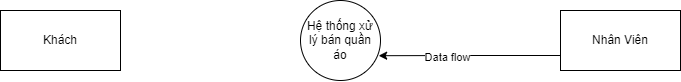
InfiniteByte1811/branch1 keeps this draw.io diagram as DFD1.png. Above is the earlier version. Source tidied: cells renumbered, new cells last; positions are measured from the earlier drawing's top-left corner, leaving out a move shared by most shapes. The source it was exported from:
```xml
<mxGraphModel>
  <root>
    <mxCell id="0" />
    <mxCell id="1" parent="0" />
    <mxCell id="2" value="Hệ thống xử lý bán quần áo" style="ellipse;whiteSpace=wrap;html=1;" parent="1" vertex="1">
      <mxGeometry x="300" width="80" height="80" as="geometry" />
    </mxCell>
    <mxCell id="3" style="edgeStyle=orthogonalEdgeStyle;rounded=0;jettySize=auto;html=1;exitX=0;exitY=0.75;exitDx=0;exitDy=0;entryX=0.977;entryY=0.69;entryDx=0;entryDy=0;entryPerimeter=0;" parent="1" edge="1" source="5" target="2">
      <mxGeometry relative="1" as="geometry" />
    </mxCell>
    <mxCell id="4" value="Data flow" style="edgeLabel;html=1;align=center;verticalAlign=middle;" parent="3" vertex="1">
      <mxGeometry x="0.25" y="1" relative="1" as="geometry" />
    </mxCell>
    <mxCell id="5" value="Nhân Viên" style="rounded=0;whiteSpace=wrap;html=1;" parent="1" vertex="1">
      <mxGeometry x="560" y="10" width="120" height="60" as="geometry" />
    </mxCell>
    <mxCell id="6" value="Khách" style="rounded=0;whiteSpace=wrap;html=1;" parent="1" vertex="1">
      <mxGeometry y="10" width="120" height="60" as="geometry" />
    </mxCell>
  </root>
</mxGraphModel>
```
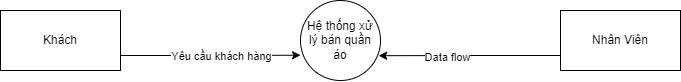
Above is the later version.

Commit message:
Cập nhật DFD1.png

Diff of the diagram source:
```diff
@@ -14,6 +14,12 @@
     <mxCell id="5" value="Nhân Viên" style="rounded=0;whiteSpace=wrap;html=1;" parent="1" vertex="1">
       <mxGeometry x="560" y="10" width="120" height="60" as="geometry" />
     </mxCell>
+    <mxCell id="7" style="edgeStyle=orthogonalEdgeStyle;rounded=0;jettySize=auto;html=1;exitX=1;exitY=0.75;exitDx=0;exitDy=0;entryX=0;entryY=0.684;entryDx=0;entryDy=0;entryPerimeter=0;" parent="1" edge="1" source="6" target="2">
+      <mxGeometry relative="1" as="geometry" />
+    </mxCell>
+    <mxCell id="8" value="Yêu cầu khách hàng" style="edgeLabel;html=1;align=center;verticalAlign=middle;" parent="7" vertex="1">
+      <mxGeometry x="0.12" y="-1" relative="1" as="geometry" />
+    </mxCell>
     <mxCell id="6" value="Khách" style="rounded=0;whiteSpace=wrap;html=1;" parent="1" vertex="1">
       <mxGeometry y="10" width="120" height="60" as="geometry" />
     </mxCell>
```
